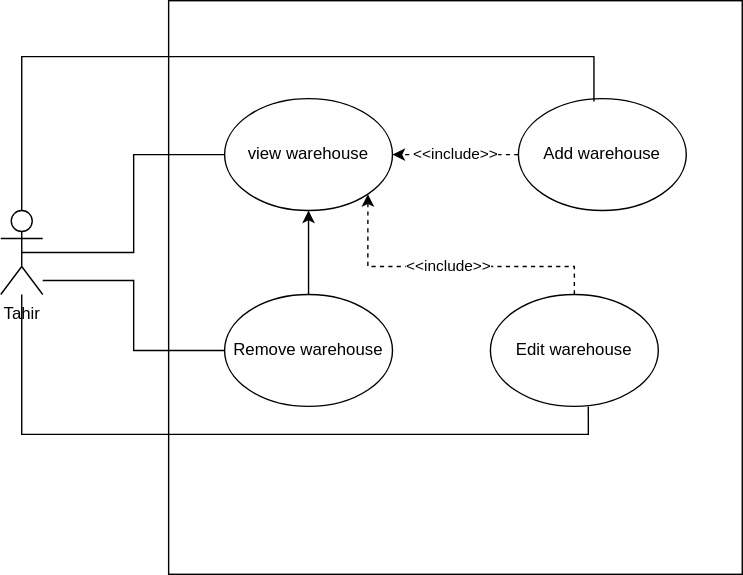
Earlier version of the draw.io export warehouse_use.svg (Simamkele88/IFM3_GP). Source tidied: cells renumbered, new cells last; positions are measured from the earlier drawing's top-left corner, leaving out a move shared by most shapes.
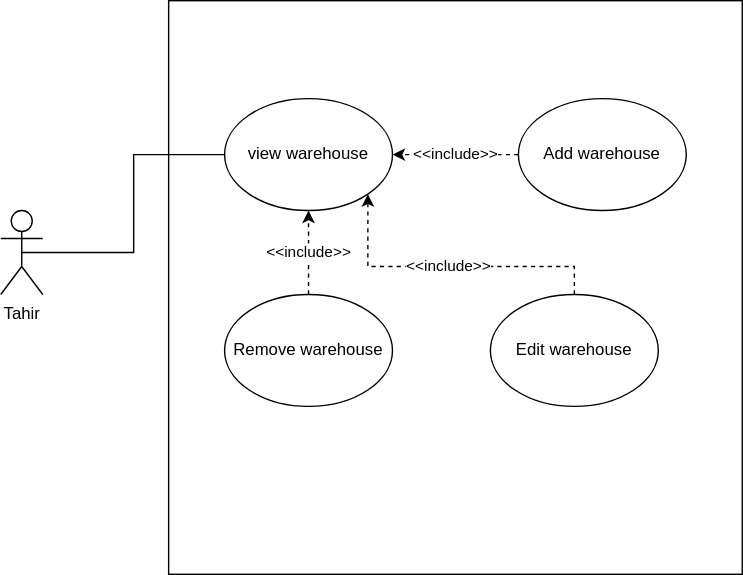
The same diagram one commit later.

The edit, as a diff of the source:
```diff
@@ -8,21 +8,13 @@
     <mxCell id="3" style="edgeStyle=orthogonalEdgeStyle;rounded=0;jettySize=auto;html=1;entryX=0;entryY=0.5;entryDx=0;entryDy=0;endArrow=none;startFill=0;exitX=0.5;exitY=0.5;exitDx=0;exitDy=0;exitPerimeter=0;" parent="1" edge="1" source="5" target="6">
       <mxGeometry relative="1" as="geometry" />
     </mxCell>
-    <mxCell id="4" style="edgeStyle=orthogonalEdgeStyle;rounded=0;jettySize=auto;html=1;endArrow=none;startFill=0;" parent="1" edge="1" source="5" target="8">
-      <mxGeometry relative="1" as="geometry">
-        <Array as="points">
-          <mxPoint x="95" y="200" />
-          <mxPoint x="95" y="250" />
-        </Array>
-      </mxGeometry>
-    </mxCell>
     <mxCell id="5" value="Tahir" style="shape=umlActor;verticalLabelPosition=bottom;verticalAlign=top;html=1;outlineConnect=0;" parent="1" vertex="1">
       <mxGeometry y="150" width="30" height="60" as="geometry" />
     </mxCell>
     <mxCell id="6" value="view warehouse" style="ellipse;whiteSpace=wrap;html=1;" parent="1" vertex="1">
       <mxGeometry x="160" y="70" width="120" height="80" as="geometry" />
     </mxCell>
-    <mxCell id="7" style="edgeStyle=orthogonalEdgeStyle;rounded=0;jettySize=auto;html=1;" parent="1" edge="1" source="8" target="6">
+    <mxCell id="7" value="&amp;lt;&amp;lt;include&amp;gt;&amp;gt;" style="edgeStyle=orthogonalEdgeStyle;rounded=0;jettySize=auto;html=1;dashed=1;" parent="1" edge="1" source="8" target="6">
       <mxGeometry relative="1" as="geometry" />
     </mxCell>
     <mxCell id="8" value="Remove warehouse" style="ellipse;whiteSpace=wrap;html=1;" parent="1" vertex="1">
@@ -45,21 +37,5 @@
     <mxCell id="12" value="Edit warehouse" style="ellipse;whiteSpace=wrap;html=1;" parent="1" vertex="1">
       <mxGeometry x="350" y="210" width="120" height="80" as="geometry" />
     </mxCell>
-    <mxCell id="13" style="edgeStyle=orthogonalEdgeStyle;rounded=0;jettySize=auto;html=1;entryX=0.45;entryY=0.025;entryDx=0;entryDy=0;entryPerimeter=0;endArrow=none;startFill=0;" parent="1" edge="1" source="5" target="10">
-      <mxGeometry relative="1" as="geometry">
-        <Array as="points">
-          <mxPoint x="15" y="40" />
-          <mxPoint x="424" y="40" />
-        </Array>
-      </mxGeometry>
-    </mxCell>
-    <mxCell id="14" style="edgeStyle=orthogonalEdgeStyle;rounded=0;jettySize=auto;html=1;entryX=0.583;entryY=1;entryDx=0;entryDy=0;entryPerimeter=0;endArrow=none;startFill=0;" parent="1" edge="1" source="5" target="12">
-      <mxGeometry relative="1" as="geometry">
-        <Array as="points">
-          <mxPoint x="15" y="310" />
-          <mxPoint x="420" y="310" />
-        </Array>
-      </mxGeometry>
-    </mxCell>
   </root>
 </mxGraphModel>
```
